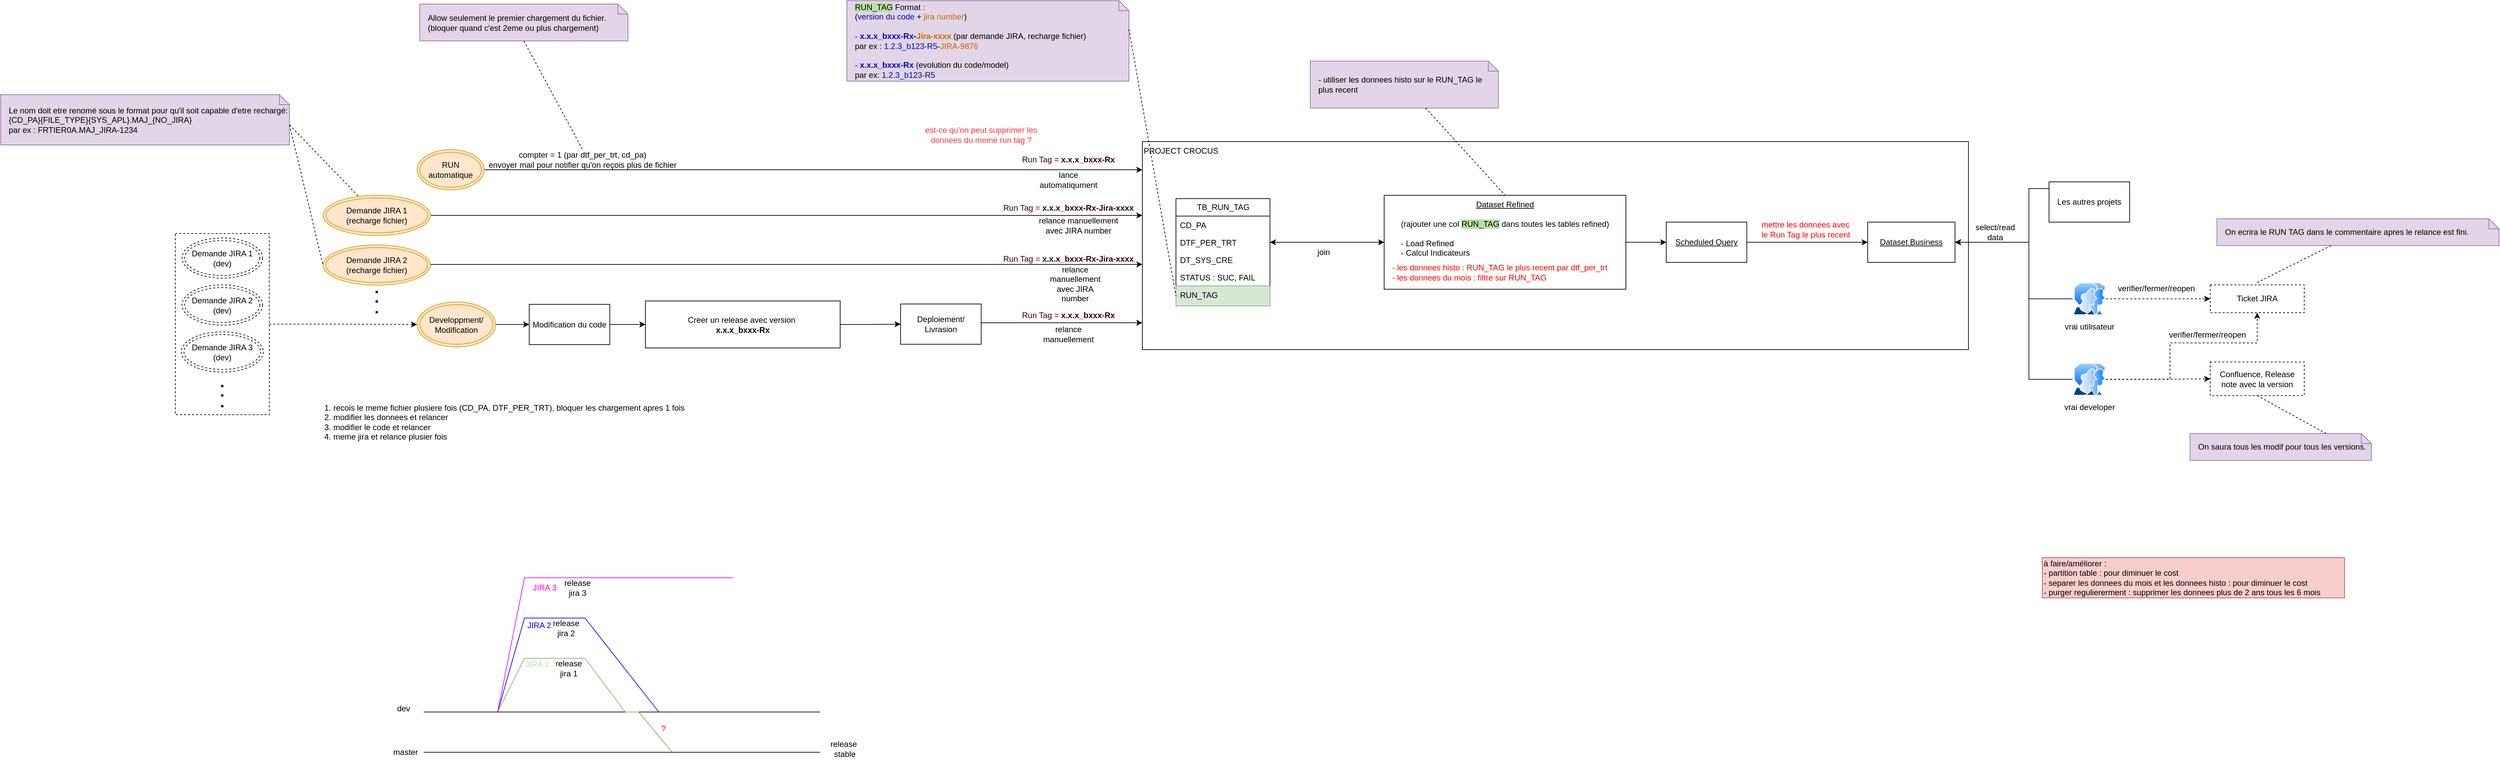
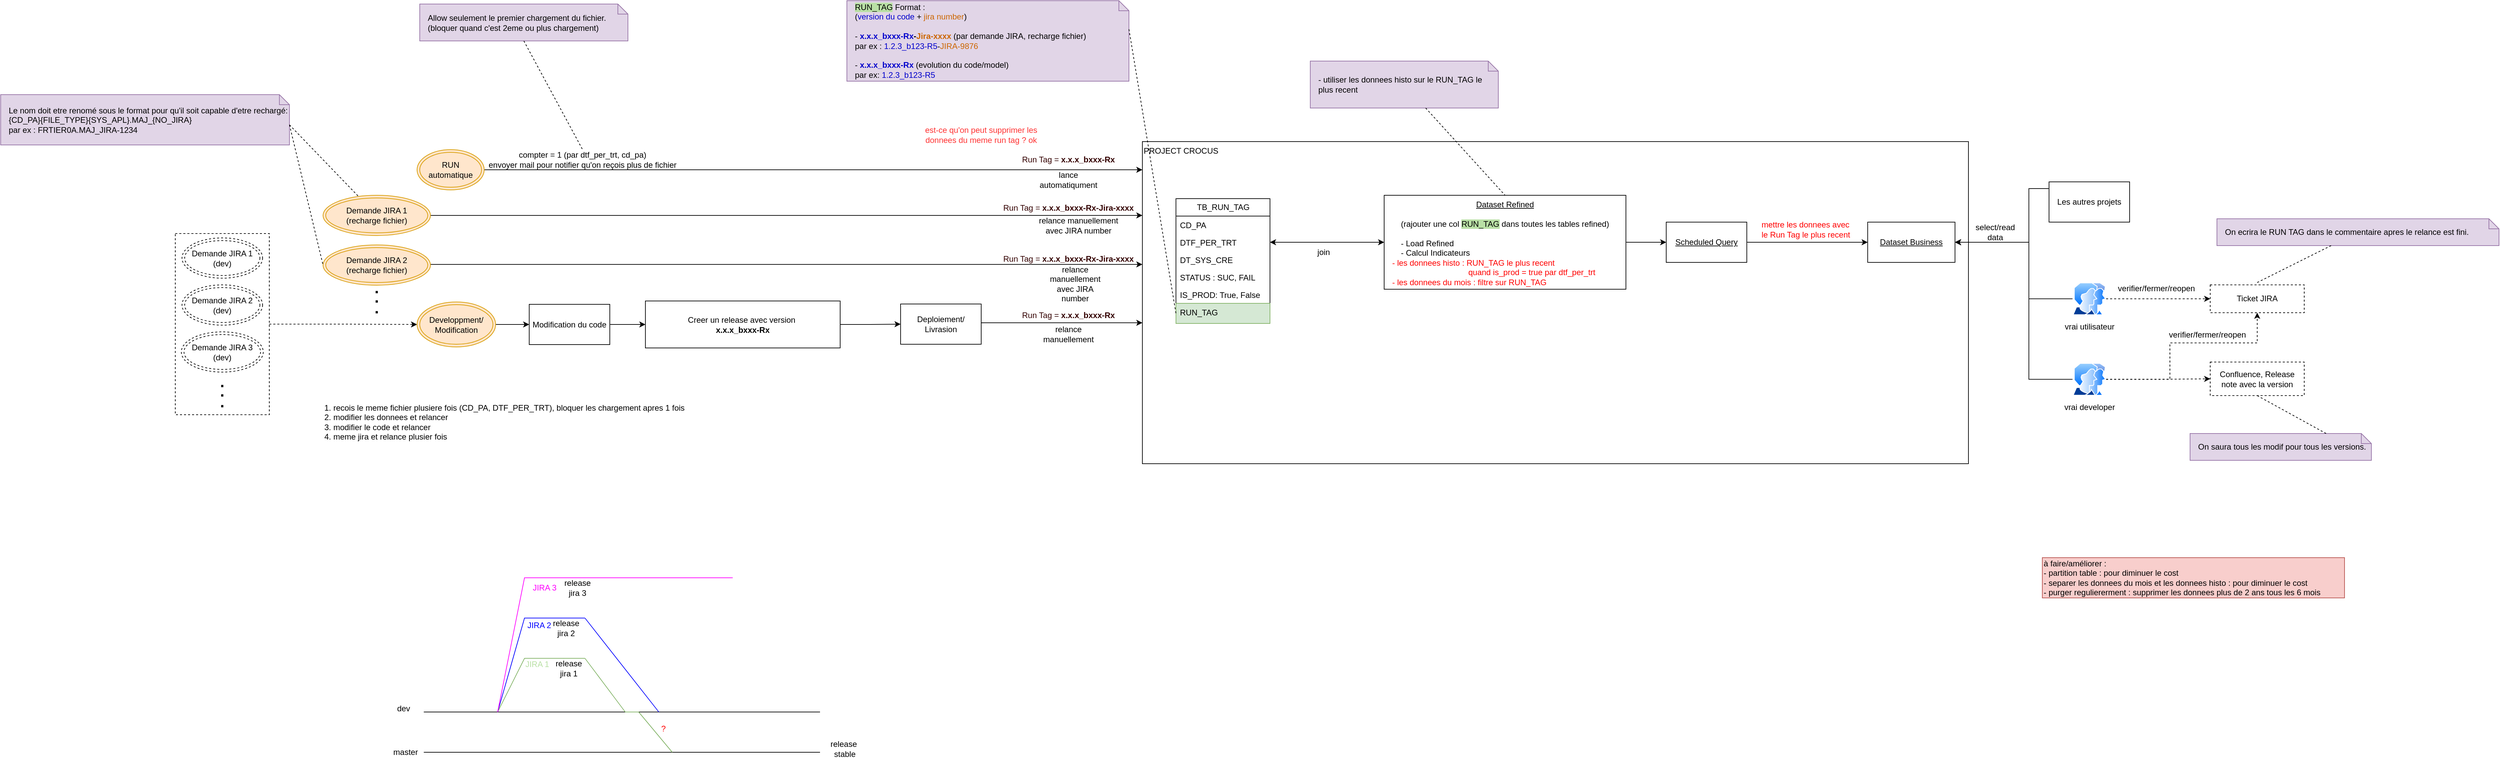
<mxfile host="app.diagrams.net">
  <diagram name="Page-1" id="bEAYSmEDHXBXhFzCy1HB">
    <mxGraphModel dx="3279" dy="1847" grid="1" gridSize="10" guides="1" tooltips="1" connect="1" arrows="1" fold="1" page="1" pageScale="1" pageWidth="827" pageHeight="1169" math="0" shadow="0">
      <root>
        <mxCell id="0" />
        <mxCell id="1" parent="0" />
        <mxCell id="cKu8MT6L8Fp_BZaxLZj7-22" edge="1" parent="1" source="cKu8MT6L8Fp_BZaxLZj7-16" style="edgeStyle=orthogonalEdgeStyle;rounded=0;orthogonalLoop=1;jettySize=auto;html=1;dashed=1;" target="QUzsFoNl6aFI_2ed8XXq-33">
          <mxGeometry relative="1" as="geometry">
            <Array as="points" />
            <mxPoint x="-937.4999999999995" y="382" as="sourcePoint" />
            <mxPoint x="-602.4999999999995" y="365" as="targetPoint" />
          </mxGeometry>
        </mxCell>
        <mxCell id="cKu8MT6L8Fp_BZaxLZj7-16" parent="1" style="rounded=0;whiteSpace=wrap;html=1;dashed=1;" value="" vertex="1">
          <mxGeometry height="270" width="140" x="-1070" y="247" as="geometry" />
        </mxCell>
        <mxCell id="QUzsFoNl6aFI_2ed8XXq-13" parent="1" style="rounded=0;whiteSpace=wrap;html=1;align=left;verticalAlign=top;" value="PROJECT CROCUS" vertex="1">
-           <mxGeometry height="310" width="1230" x="370" y="110" as="geometry" />
+           <mxGeometry height="480" width="1230" x="370" y="110" as="geometry" />
        </mxCell>
        <mxCell id="QUzsFoNl6aFI_2ed8XXq-1" parent="1" style="swimlane;fontStyle=0;childLayout=stackLayout;horizontal=1;startSize=26;fillColor=none;horizontalStack=0;resizeParent=1;resizeParentMax=0;resizeLast=0;collapsible=1;marginBottom=0;html=1;" value="TB_RUN_TAG" vertex="1">
-           <mxGeometry height="160" width="140" x="420" y="195" as="geometry" />
+           <mxGeometry height="186" width="140" x="420" y="195" as="geometry" />
        </mxCell>
        <mxCell id="QUzsFoNl6aFI_2ed8XXq-2" parent="QUzsFoNl6aFI_2ed8XXq-1" style="text;strokeColor=none;fillColor=none;align=left;verticalAlign=top;spacingLeft=4;spacingRight=4;overflow=hidden;rotatable=0;points=[[0,0.5],[1,0.5]];portConstraint=eastwest;whiteSpace=wrap;html=1;" value="CD_PA" vertex="1">
          <mxGeometry height="26" width="140" y="26" as="geometry" />
        </mxCell>
        <mxCell id="QUzsFoNl6aFI_2ed8XXq-3" parent="QUzsFoNl6aFI_2ed8XXq-1" style="text;strokeColor=none;fillColor=none;align=left;verticalAlign=top;spacingLeft=4;spacingRight=4;overflow=hidden;rotatable=0;points=[[0,0.5],[1,0.5]];portConstraint=eastwest;whiteSpace=wrap;html=1;" value="DTF_PER_TRT" vertex="1">
          <mxGeometry height="26" width="140" y="52" as="geometry" />
        </mxCell>
        <mxCell id="QUzsFoNl6aFI_2ed8XXq-4" parent="QUzsFoNl6aFI_2ed8XXq-1" style="text;strokeColor=none;fillColor=none;align=left;verticalAlign=top;spacingLeft=4;spacingRight=4;overflow=hidden;rotatable=0;points=[[0,0.5],[1,0.5]];portConstraint=eastwest;whiteSpace=wrap;html=1;" value="DT_SYS_CRE" vertex="1">
          <mxGeometry height="26" width="140" y="78" as="geometry" />
        </mxCell>
        <mxCell id="QUzsFoNl6aFI_2ed8XXq-105" parent="QUzsFoNl6aFI_2ed8XXq-1" style="text;strokeColor=none;fillColor=none;align=left;verticalAlign=top;spacingLeft=4;spacingRight=4;overflow=hidden;rotatable=0;points=[[0,0.5],[1,0.5]];portConstraint=eastwest;whiteSpace=wrap;html=1;" value="STATUS : SUC, FAIL" vertex="1">
          <mxGeometry height="26" width="140" y="104" as="geometry" />
        </mxCell>
+         <mxCell id="DOhsEIRQmGDwiVjTRz9E-7" parent="QUzsFoNl6aFI_2ed8XXq-1" style="text;strokeColor=none;fillColor=none;align=left;verticalAlign=top;spacingLeft=4;spacingRight=4;overflow=hidden;rotatable=0;points=[[0,0.5],[1,0.5]];portConstraint=eastwest;whiteSpace=wrap;html=1;" value="IS_PROD: True, False" vertex="1">
+           <mxGeometry height="26" width="140" y="130" as="geometry" />
+         </mxCell>
        <mxCell id="QUzsFoNl6aFI_2ed8XXq-5" parent="QUzsFoNl6aFI_2ed8XXq-1" style="text;strokeColor=#82b366;fillColor=#d5e8d4;align=left;verticalAlign=top;spacingLeft=4;spacingRight=4;overflow=hidden;rotatable=0;points=[[0,0.5],[1,0.5]];portConstraint=eastwest;whiteSpace=wrap;html=1;" value="RUN_TAG" vertex="1">
-           <mxGeometry height="30" width="140" y="130" as="geometry" />
+           <mxGeometry height="30" width="140" y="156" as="geometry" />
        </mxCell>
        <mxCell id="QUzsFoNl6aFI_2ed8XXq-7" parent="1" style="shape=note;size=15;align=left;spacingLeft=10;html=1;whiteSpace=wrap;fillColor=#e1d5e7;strokeColor=#9673a6;" value="&lt;span style=&quot;background-color: rgb(185, 224, 165);&quot;&gt;RUN_TAG&lt;/span&gt; Format :&amp;nbsp;&lt;div&gt;(&lt;font style=&quot;color: rgb(0, 0, 204);&quot;&gt;version du code&lt;/font&gt; +&lt;font style=&quot;color: rgb(204, 102, 0);&quot;&gt; &lt;font&gt;jira number&lt;/font&gt;&lt;/font&gt;)&lt;/div&gt;&lt;div&gt;&lt;br&gt;&lt;div&gt;- &lt;b&gt;&lt;font style=&quot;color: rgb(0, 0, 204);&quot;&gt;x.x.x_bxxx-Rx&lt;/font&gt;-&lt;font style=&quot;color: rgb(204, 102, 0);&quot;&gt;Jira-xxxx&lt;/font&gt;&lt;/b&gt; (par demande JIRA, recharge fichier)&amp;nbsp;&lt;/div&gt;&lt;div&gt;par ex : &lt;font style=&quot;color: rgb(0, 0, 204);&quot;&gt;1.2.3_b123-R5&lt;/font&gt;-&lt;font style=&quot;color: rgb(204, 102, 0);&quot;&gt;JIRA-9876&lt;/font&gt;&lt;/div&gt;&lt;div&gt;&lt;br&gt;&lt;/div&gt;&lt;div&gt;-&lt;b&gt; &lt;font style=&quot;color: rgb(0, 0, 204);&quot;&gt;x.x.x_bxxx-Rx&lt;/font&gt;&lt;/b&gt; (evolution du code/model)&lt;/div&gt;&lt;div&gt;&lt;span style=&quot;background-color: transparent; color: light-dark(rgb(0, 0, 0), rgb(255, 255, 255));&quot;&gt;par ex: &lt;/span&gt;&lt;span style=&quot;background-color: transparent;&quot;&gt;&lt;font style=&quot;color: light-dark(rgb(0, 0, 204), rgb(255, 255, 255));&quot;&gt;1.2.3_b123-R5&lt;/font&gt;&lt;/span&gt;&lt;/div&gt;&lt;/div&gt;" vertex="1">
          <mxGeometry height="120" width="420" x="-70" y="-100" as="geometry" />
        </mxCell>
        <mxCell id="QUzsFoNl6aFI_2ed8XXq-8" edge="1" parent="1" source="QUzsFoNl6aFI_2ed8XXq-7" style="edgeStyle=none;endArrow=none;exitX=0;exitY=0;dashed=1;html=1;rounded=0;entryX=0;entryY=0.5;entryDx=0;entryDy=0;exitDx=420;exitDy=42.5;exitPerimeter=0;" target="QUzsFoNl6aFI_2ed8XXq-5" value="">
          <mxGeometry relative="1" x="1" as="geometry">
            <mxPoint x="590" y="660" as="targetPoint" />
          </mxGeometry>
        </mxCell>
        <mxCell id="QUzsFoNl6aFI_2ed8XXq-10" parent="1" style="rounded=0;whiteSpace=wrap;html=1;dashed=1;" value="Confluence, Release note avec la v&lt;span style=&quot;background-color: transparent; color: light-dark(rgb(0, 0, 0), rgb(255, 255, 255));&quot;&gt;ersion&lt;/span&gt;" vertex="1">
          <mxGeometry height="50" width="140" x="1960" y="438.5" as="geometry" />
        </mxCell>
        <mxCell id="QUzsFoNl6aFI_2ed8XXq-11" parent="1" style="rounded=0;whiteSpace=wrap;html=1;dashed=1;" value="Ticket JIRA" vertex="1">
          <mxGeometry height="41.5" width="140" x="1960" y="323.5" as="geometry" />
        </mxCell>
        <mxCell id="QUzsFoNl6aFI_2ed8XXq-42" edge="1" parent="1" source="QUzsFoNl6aFI_2ed8XXq-12" style="edgeStyle=orthogonalEdgeStyle;rounded=0;orthogonalLoop=1;jettySize=auto;html=1;entryX=1;entryY=0.5;entryDx=0;entryDy=0;startArrow=classic;startFill=1;" target="QUzsFoNl6aFI_2ed8XXq-3">
          <mxGeometry relative="1" as="geometry" />
        </mxCell>
        <mxCell id="QUzsFoNl6aFI_2ed8XXq-50" edge="1" parent="1" source="QUzsFoNl6aFI_2ed8XXq-12" style="edgeStyle=orthogonalEdgeStyle;rounded=0;orthogonalLoop=1;jettySize=auto;html=1;" target="QUzsFoNl6aFI_2ed8XXq-46">
          <mxGeometry relative="1" as="geometry">
            <Array as="points" />
          </mxGeometry>
        </mxCell>
        <mxCell id="QUzsFoNl6aFI_2ed8XXq-12" parent="1" style="rounded=0;whiteSpace=wrap;html=1;verticalAlign=top;" value="&lt;u&gt;Dataset Refined&lt;/u&gt;&lt;div&gt;&lt;u&gt;&lt;br&gt;&lt;/u&gt;&lt;div&gt;(rajouter une col &lt;span style=&quot;background-color: rgb(185, 224, 165);&quot;&gt;RUN_TAG&lt;/span&gt;&lt;span&gt; &lt;/span&gt;dans toutes les tables refined)&lt;/div&gt;&lt;div&gt;&lt;br&gt;&lt;/div&gt;&lt;div style=&quot;text-align: left;&quot;&gt;- Load Refined&amp;nbsp; &amp;nbsp; &amp;nbsp; &amp;nbsp;&lt;/div&gt;&lt;div style=&quot;text-align: left;&quot;&gt;- Calcul Indicateurs&lt;/div&gt;&lt;/div&gt;" vertex="1">
          <mxGeometry height="140" width="360" x="730" y="190" as="geometry" />
        </mxCell>
        <mxCell id="QUzsFoNl6aFI_2ed8XXq-27" edge="1" parent="1" source="QUzsFoNl6aFI_2ed8XXq-33" style="edgeStyle=orthogonalEdgeStyle;rounded=0;orthogonalLoop=1;jettySize=auto;html=1;entryX=0;entryY=0.5;entryDx=0;entryDy=0;" target="QUzsFoNl6aFI_2ed8XXq-23">
          <mxGeometry relative="1" as="geometry">
            <mxPoint x="-740" y="198" as="sourcePoint" />
          </mxGeometry>
        </mxCell>
        <mxCell id="QUzsFoNl6aFI_2ed8XXq-19" parent="1" style="text;html=1;whiteSpace=wrap;strokeColor=none;fillColor=none;align=center;verticalAlign=middle;rounded=0;fontColor=#330000;" value="&lt;font style=&quot;&quot;&gt;Run Tag =&amp;nbsp;&lt;/font&gt;&lt;b style=&quot;text-align: left;&quot;&gt;x.x.x_bxxx-Rx-Jira-xxxx&lt;/b&gt;" vertex="1">
          <mxGeometry height="30" width="200" x="160" y="269.5" as="geometry" />
        </mxCell>
        <mxCell id="cKu8MT6L8Fp_BZaxLZj7-37" edge="1" parent="1" source="QUzsFoNl6aFI_2ed8XXq-23" style="edgeStyle=orthogonalEdgeStyle;rounded=0;orthogonalLoop=1;jettySize=auto;html=1;" target="QUzsFoNl6aFI_2ed8XXq-25">
          <mxGeometry relative="1" as="geometry" />
        </mxCell>
        <mxCell id="QUzsFoNl6aFI_2ed8XXq-23" parent="1" style="rounded=0;whiteSpace=wrap;html=1;" value="Modification du code" vertex="1">
          <mxGeometry height="60" width="120" x="-543" y="352.5" as="geometry" />
        </mxCell>
        <mxCell id="QUzsFoNl6aFI_2ed8XXq-31" edge="1" parent="1" source="QUzsFoNl6aFI_2ed8XXq-24" style="edgeStyle=orthogonalEdgeStyle;rounded=0;orthogonalLoop=1;jettySize=auto;html=1;" target="QUzsFoNl6aFI_2ed8XXq-13">
          <mxGeometry relative="1" as="geometry">
            <Array as="points">
              <mxPoint x="180" y="380" />
              <mxPoint x="180" y="380" />
            </Array>
            <mxPoint x="380" y="373" as="targetPoint" />
          </mxGeometry>
        </mxCell>
        <mxCell id="QUzsFoNl6aFI_2ed8XXq-24" parent="1" style="rounded=0;whiteSpace=wrap;html=1;" value="Deploiement/ Livrasion" vertex="1">
          <mxGeometry height="60" width="120" x="10" y="352" as="geometry" />
        </mxCell>
        <mxCell id="cKu8MT6L8Fp_BZaxLZj7-38" edge="1" parent="1" source="QUzsFoNl6aFI_2ed8XXq-25" style="edgeStyle=orthogonalEdgeStyle;rounded=0;orthogonalLoop=1;jettySize=auto;html=1;" target="QUzsFoNl6aFI_2ed8XXq-24">
          <mxGeometry relative="1" as="geometry" />
        </mxCell>
        <mxCell id="QUzsFoNl6aFI_2ed8XXq-25" parent="1" style="rounded=0;whiteSpace=wrap;html=1;" value="Creer un release avec version&amp;nbsp;&lt;div&gt;&lt;span style=&quot;text-align: left;&quot;&gt;&lt;b&gt;x.x.x_bxxx-Rx&lt;/b&gt;&lt;/span&gt;&lt;/div&gt;" vertex="1">
          <mxGeometry height="70" width="290" x="-370" y="347.5" as="geometry" />
        </mxCell>
        <mxCell id="QUzsFoNl6aFI_2ed8XXq-33" parent="1" style="ellipse;shape=doubleEllipse;whiteSpace=wrap;html=1;fillColor=#ffe6cc;strokeColor=#d79b00;" value="Developpment/&lt;div&gt;Modification&lt;/div&gt;" vertex="1">
          <mxGeometry height="67" width="117" x="-710" y="349" as="geometry" />
        </mxCell>
        <mxCell id="cKu8MT6L8Fp_BZaxLZj7-5" edge="1" parent="1" style="edgeStyle=orthogonalEdgeStyle;rounded=0;orthogonalLoop=1;jettySize=auto;html=1;">
          <mxGeometry relative="1" as="geometry">
            <Array as="points">
              <mxPoint x="110" y="293" />
              <mxPoint x="110" y="293" />
            </Array>
            <mxPoint x="-690.0000000000005" y="293" as="sourcePoint" />
            <mxPoint x="370" y="293" as="targetPoint" />
          </mxGeometry>
        </mxCell>
        <mxCell id="QUzsFoNl6aFI_2ed8XXq-34" parent="1" style="ellipse;shape=doubleEllipse;whiteSpace=wrap;html=1;fillColor=#ffe6cc;strokeColor=#d79b00;" value="Demande JIRA 2&lt;div&gt;(recharge fichier)&lt;/div&gt;" vertex="1">
          <mxGeometry height="60" width="160" x="-850" y="264" as="geometry" />
        </mxCell>
        <mxCell id="QUzsFoNl6aFI_2ed8XXq-36" edge="1" parent="1" source="QUzsFoNl6aFI_2ed8XXq-35" style="edgeStyle=orthogonalEdgeStyle;rounded=0;orthogonalLoop=1;jettySize=auto;html=1;" target="QUzsFoNl6aFI_2ed8XXq-13">
          <mxGeometry relative="1" as="geometry">
            <Array as="points">
              <mxPoint x="140" y="152" />
              <mxPoint x="140" y="152" />
            </Array>
            <mxPoint x="380" y="152.0588235294117" as="targetPoint" />
          </mxGeometry>
        </mxCell>
        <mxCell id="QUzsFoNl6aFI_2ed8XXq-35" parent="1" style="ellipse;shape=doubleEllipse;whiteSpace=wrap;html=1;fillColor=#ffe6cc;strokeColor=#d79b00;" value="RUN automatique" vertex="1">
          <mxGeometry height="60" width="100" x="-710" y="122" as="geometry" />
        </mxCell>
        <mxCell id="QUzsFoNl6aFI_2ed8XXq-40" parent="1" style="shape=note;size=15;align=left;spacingLeft=10;html=1;whiteSpace=wrap;fillColor=#e1d5e7;strokeColor=#9673a6;" value="&lt;div&gt;- utiliser les donnees histo sur le RUN_TAG le plus recent&lt;/div&gt;" vertex="1">
          <mxGeometry height="70" width="280" x="620" y="-10" as="geometry" />
        </mxCell>
        <mxCell id="QUzsFoNl6aFI_2ed8XXq-41" edge="1" parent="1" source="QUzsFoNl6aFI_2ed8XXq-40" style="edgeStyle=none;endArrow=none;dashed=1;html=1;rounded=0;entryX=0.5;entryY=0;entryDx=0;entryDy=0;" target="QUzsFoNl6aFI_2ed8XXq-12" value="">
          <mxGeometry relative="1" x="1" as="geometry">
            <mxPoint x="720" y="650" as="sourcePoint" />
            <mxPoint x="772" y="500" as="targetPoint" />
          </mxGeometry>
        </mxCell>
-         <mxCell id="QUzsFoNl6aFI_2ed8XXq-43" parent="1" style="text;html=1;whiteSpace=wrap;strokeColor=none;fillColor=none;align=left;verticalAlign=middle;rounded=0;" value="&lt;font style=&quot;color: rgb(255, 0, 0);&quot;&gt;- les donnees histo : RUN_TAG le plus recent par dtf_per_trt&lt;/font&gt;&lt;div&gt;&lt;font style=&quot;color: rgb(255, 0, 0);&quot;&gt;- les donnees du mois : f&lt;/font&gt;&lt;span style=&quot;color: light-dark(rgb(255, 0, 0), rgb(255, 144, 144)); background-color: transparent;&quot;&gt;iltre sur RUN_TAG&lt;/span&gt;&lt;/div&gt;" vertex="1">
+         <mxCell id="QUzsFoNl6aFI_2ed8XXq-43" parent="1" style="text;html=1;whiteSpace=wrap;strokeColor=none;fillColor=none;align=left;verticalAlign=middle;rounded=0;" value="&lt;font style=&quot;color: rgb(255, 0, 0);&quot;&gt;- les donnees histo : RUN_TAG le plus recent&amp;nbsp;&lt;/font&gt;&lt;div&gt;&lt;font style=&quot;color: rgb(255, 0, 0);&quot;&gt;&amp;nbsp; &amp;nbsp; &amp;nbsp; &amp;nbsp; &amp;nbsp; &amp;nbsp; &amp;nbsp; &amp;nbsp; &amp;nbsp; &amp;nbsp; &amp;nbsp; &amp;nbsp; &amp;nbsp; &amp;nbsp; &amp;nbsp; &amp;nbsp; &amp;nbsp; quand is_prod = true par dtf_per_trt&lt;/font&gt;&lt;div&gt;&lt;font style=&quot;color: rgb(255, 0, 0);&quot;&gt;- les donnees du mois : f&lt;/font&gt;&lt;span style=&quot;color: light-dark(rgb(255, 0, 0), rgb(255, 144, 144)); background-color: transparent;&quot;&gt;iltre sur RUN_TAG&lt;/span&gt;&lt;/div&gt;&lt;/div&gt;" vertex="1">
          <mxGeometry height="30" width="370" x="740" y="290" as="geometry" />
        </mxCell>
        <mxCell id="QUzsFoNl6aFI_2ed8XXq-45" parent="1" style="rounded=0;whiteSpace=wrap;html=1;" value="&lt;u&gt;Dataset Business&lt;/u&gt;" vertex="1">
          <mxGeometry height="60" width="130" x="1450" y="230" as="geometry" />
        </mxCell>
        <mxCell id="QUzsFoNl6aFI_2ed8XXq-48" edge="1" parent="1" source="QUzsFoNl6aFI_2ed8XXq-46" style="edgeStyle=orthogonalEdgeStyle;rounded=0;orthogonalLoop=1;jettySize=auto;html=1;" target="QUzsFoNl6aFI_2ed8XXq-45">
          <mxGeometry relative="1" as="geometry" />
        </mxCell>
        <mxCell id="QUzsFoNl6aFI_2ed8XXq-46" parent="1" style="rounded=0;whiteSpace=wrap;html=1;" value="&lt;u&gt;Scheduled Query&lt;/u&gt;" vertex="1">
          <mxGeometry height="60" width="120" x="1150" y="230" as="geometry" />
        </mxCell>
        <mxCell id="QUzsFoNl6aFI_2ed8XXq-51" parent="1" style="text;html=1;whiteSpace=wrap;strokeColor=none;fillColor=none;align=left;verticalAlign=middle;rounded=0;fontColor=#FF0000;" value="mettre les donnees avec le Run Tag le plus recent" vertex="1">
          <mxGeometry height="30" width="140" x="1290" y="226" as="geometry" />
        </mxCell>
        <mxCell id="QUzsFoNl6aFI_2ed8XXq-59" edge="1" parent="1" source="QUzsFoNl6aFI_2ed8XXq-52" style="edgeStyle=orthogonalEdgeStyle;rounded=0;orthogonalLoop=1;jettySize=auto;html=1;entryX=1;entryY=0.5;entryDx=0;entryDy=0;" target="QUzsFoNl6aFI_2ed8XXq-45">
          <mxGeometry relative="1" as="geometry">
            <Array as="points">
              <mxPoint x="1690" y="180" />
              <mxPoint x="1690" y="260" />
            </Array>
          </mxGeometry>
        </mxCell>
        <mxCell id="QUzsFoNl6aFI_2ed8XXq-52" parent="1" style="rounded=0;whiteSpace=wrap;html=1;" value="Les autres projets" vertex="1">
          <mxGeometry height="60" width="120" x="1720" y="170" as="geometry" />
        </mxCell>
        <mxCell id="QUzsFoNl6aFI_2ed8XXq-58" edge="1" parent="1" source="QUzsFoNl6aFI_2ed8XXq-57" style="edgeStyle=orthogonalEdgeStyle;rounded=0;orthogonalLoop=1;jettySize=auto;html=1;entryX=1;entryY=0.5;entryDx=0;entryDy=0;" target="QUzsFoNl6aFI_2ed8XXq-45">
          <mxGeometry relative="1" as="geometry">
            <Array as="points">
              <mxPoint x="1690" y="344" />
              <mxPoint x="1690" y="260" />
            </Array>
          </mxGeometry>
        </mxCell>
        <mxCell id="QUzsFoNl6aFI_2ed8XXq-65" edge="1" parent="1" source="QUzsFoNl6aFI_2ed8XXq-57" style="edgeStyle=orthogonalEdgeStyle;rounded=0;orthogonalLoop=1;jettySize=auto;html=1;dashed=1;" target="QUzsFoNl6aFI_2ed8XXq-11">
          <mxGeometry relative="1" as="geometry" />
        </mxCell>
        <mxCell id="QUzsFoNl6aFI_2ed8XXq-57" parent="1" style="image;aspect=fixed;perimeter=ellipsePerimeter;html=1;align=center;shadow=0;dashed=0;spacingTop=3;image=img/lib/active_directory/user_accounts.svg;" value="vrai utilisateur" vertex="1">
          <mxGeometry height="48.5" width="50" x="1755" y="320" as="geometry" />
        </mxCell>
        <mxCell id="QUzsFoNl6aFI_2ed8XXq-60" parent="1" style="text;html=1;whiteSpace=wrap;strokeColor=none;fillColor=none;align=center;verticalAlign=middle;rounded=0;" value="select/read data" vertex="1">
          <mxGeometry height="30" width="60" x="1610" y="230" as="geometry" />
        </mxCell>
        <mxCell id="QUzsFoNl6aFI_2ed8XXq-63" edge="1" parent="1" source="QUzsFoNl6aFI_2ed8XXq-62" style="edgeStyle=orthogonalEdgeStyle;rounded=0;orthogonalLoop=1;jettySize=auto;html=1;entryX=1;entryY=0.5;entryDx=0;entryDy=0;" target="QUzsFoNl6aFI_2ed8XXq-45">
          <mxGeometry relative="1" as="geometry">
            <Array as="points">
              <mxPoint x="1690" y="464" />
              <mxPoint x="1690" y="260" />
            </Array>
          </mxGeometry>
        </mxCell>
        <mxCell id="QUzsFoNl6aFI_2ed8XXq-66" edge="1" parent="1" source="QUzsFoNl6aFI_2ed8XXq-62" style="edgeStyle=orthogonalEdgeStyle;rounded=0;orthogonalLoop=1;jettySize=auto;html=1;dashed=1;" target="QUzsFoNl6aFI_2ed8XXq-10">
          <mxGeometry relative="1" as="geometry" />
        </mxCell>
        <mxCell id="QUzsFoNl6aFI_2ed8XXq-68" edge="1" parent="1" source="QUzsFoNl6aFI_2ed8XXq-62" style="edgeStyle=orthogonalEdgeStyle;rounded=0;orthogonalLoop=1;jettySize=auto;html=1;entryX=0.5;entryY=1;entryDx=0;entryDy=0;dashed=1;" target="QUzsFoNl6aFI_2ed8XXq-11">
          <mxGeometry relative="1" as="geometry">
            <Array as="points">
              <mxPoint x="1900" y="464" />
              <mxPoint x="1900" y="410" />
              <mxPoint x="2030" y="410" />
            </Array>
          </mxGeometry>
        </mxCell>
        <mxCell id="QUzsFoNl6aFI_2ed8XXq-62" parent="1" style="image;aspect=fixed;perimeter=ellipsePerimeter;html=1;align=center;shadow=0;dashed=0;spacingTop=3;image=img/lib/active_directory/user_accounts.svg;" value="vrai developer" vertex="1">
          <mxGeometry height="48.5" width="50" x="1755" y="440" as="geometry" />
        </mxCell>
        <mxCell id="QUzsFoNl6aFI_2ed8XXq-69" parent="1" style="shape=note;size=15;align=left;spacingLeft=10;html=1;whiteSpace=wrap;fillColor=#e1d5e7;strokeColor=#9673a6;" value="On ecrira le RUN TAG dans le commentaire apres le relance est fini." vertex="1">
          <mxGeometry height="40" width="420" x="1970" y="225" as="geometry" />
        </mxCell>
        <mxCell id="QUzsFoNl6aFI_2ed8XXq-70" edge="1" parent="1" source="QUzsFoNl6aFI_2ed8XXq-69" style="edgeStyle=none;endArrow=none;dashed=1;html=1;rounded=0;" value="">
          <mxGeometry relative="1" x="1" as="geometry">
            <mxPoint x="970" y="210" as="sourcePoint" />
            <mxPoint x="2030" y="320" as="targetPoint" />
          </mxGeometry>
        </mxCell>
        <mxCell id="QUzsFoNl6aFI_2ed8XXq-71" parent="1" style="shape=note;size=15;align=left;spacingLeft=10;html=1;whiteSpace=wrap;fillColor=#e1d5e7;strokeColor=#9673a6;" value="On saura tous les modif pour tous les versions." vertex="1">
          <mxGeometry height="40" width="270" x="1930" y="545" as="geometry" />
        </mxCell>
        <mxCell id="QUzsFoNl6aFI_2ed8XXq-72" edge="1" parent="1" source="QUzsFoNl6aFI_2ed8XXq-71" style="edgeStyle=none;endArrow=none;dashed=1;html=1;rounded=0;entryX=0.5;entryY=1;entryDx=0;entryDy=0;exitX=0;exitY=0;exitDx=202.5;exitDy=0;exitPerimeter=0;" target="QUzsFoNl6aFI_2ed8XXq-10" value="">
          <mxGeometry relative="1" x="1" as="geometry">
            <mxPoint x="2180" y="470" as="sourcePoint" />
            <mxPoint x="2070" y="525" as="targetPoint" />
          </mxGeometry>
        </mxCell>
        <mxCell id="QUzsFoNl6aFI_2ed8XXq-74" parent="1" style="rounded=0;whiteSpace=wrap;html=1;align=left;fillColor=#f8cecc;strokeColor=#b85450;" value="à faire/améliorer :&lt;div&gt;- partition table : pour diminuer le cost&lt;/div&gt;&lt;div&gt;- separer les donnees du mois et les donnees histo&amp;nbsp;&lt;span style=&quot;background-color: transparent; color: light-dark(rgb(0, 0, 0), rgb(255, 255, 255));&quot;&gt;: pour diminuer le cost&lt;/span&gt;&lt;/div&gt;&lt;div&gt;&lt;span style=&quot;background-color: transparent; color: light-dark(rgb(0, 0, 0), rgb(255, 255, 255));&quot;&gt;- purger reguliererment : supprimer les donnees plus de 2 ans tous les 6 mois&lt;/span&gt;&lt;/div&gt;" vertex="1">
          <mxGeometry height="60" width="450" x="1710" y="730" as="geometry" />
        </mxCell>
        <mxCell id="QUzsFoNl6aFI_2ed8XXq-76" parent="1" style="text;html=1;whiteSpace=wrap;strokeColor=none;fillColor=none;align=center;verticalAlign=middle;rounded=0;" value="join" vertex="1">
          <mxGeometry height="30" width="60" x="610" y="260" as="geometry" />
        </mxCell>
        <mxCell id="QUzsFoNl6aFI_2ed8XXq-81" edge="1" parent="1" style="endArrow=none;html=1;rounded=0;" value="">
          <mxGeometry height="50" relative="1" width="50" as="geometry">
            <mxPoint x="-700" y="960" as="sourcePoint" />
            <mxPoint x="-110" y="960" as="targetPoint" />
          </mxGeometry>
        </mxCell>
        <mxCell id="QUzsFoNl6aFI_2ed8XXq-83" edge="1" parent="1" style="endArrow=none;html=1;rounded=0;fillColor=#d5e8d4;strokeColor=#82b366;" value="">
          <mxGeometry height="50" relative="1" width="50" as="geometry">
            <Array as="points">
              <mxPoint x="-550" y="880" />
            </Array>
            <mxPoint x="-590" y="960" as="sourcePoint" />
            <mxPoint x="-460" y="880" as="targetPoint" />
          </mxGeometry>
        </mxCell>
        <mxCell id="QUzsFoNl6aFI_2ed8XXq-84" parent="1" style="text;html=1;whiteSpace=wrap;strokeColor=none;fillColor=none;align=center;verticalAlign=middle;rounded=0;" value="dev" vertex="1">
          <mxGeometry height="30" width="60" x="-760" y="940" as="geometry" />
        </mxCell>
        <mxCell id="QUzsFoNl6aFI_2ed8XXq-85" edge="1" parent="1" style="endArrow=none;html=1;rounded=0;strokeColor=#0000FF;" value="">
          <mxGeometry height="50" relative="1" width="50" as="geometry">
            <Array as="points">
              <mxPoint x="-550" y="820" />
            </Array>
            <mxPoint x="-590" y="960" as="sourcePoint" />
            <mxPoint x="-460" y="820" as="targetPoint" />
          </mxGeometry>
        </mxCell>
        <mxCell id="QUzsFoNl6aFI_2ed8XXq-86" edge="1" parent="1" style="endArrow=none;html=1;rounded=0;strokeColor=#FF00FF;" value="">
          <mxGeometry height="50" relative="1" width="50" as="geometry">
            <Array as="points">
              <mxPoint x="-550" y="760" />
            </Array>
            <mxPoint x="-590" y="960" as="sourcePoint" />
            <mxPoint x="-240" y="760" as="targetPoint" />
          </mxGeometry>
        </mxCell>
        <mxCell id="QUzsFoNl6aFI_2ed8XXq-87" parent="1" style="text;html=1;whiteSpace=wrap;strokeColor=none;fillColor=none;align=center;verticalAlign=middle;rounded=0;fontColor=#B9E0A5;" value="JIRA 1" vertex="1">
          <mxGeometry height="30" width="60" x="-561" y="874" as="geometry" />
        </mxCell>
        <mxCell id="QUzsFoNl6aFI_2ed8XXq-88" parent="1" style="text;html=1;whiteSpace=wrap;strokeColor=none;fillColor=none;align=center;verticalAlign=middle;rounded=0;fontColor=#0000FF;" value="JIRA 2" vertex="1">
          <mxGeometry height="30" width="60" x="-558" y="816" as="geometry" />
        </mxCell>
        <mxCell id="QUzsFoNl6aFI_2ed8XXq-89" parent="1" style="text;html=1;whiteSpace=wrap;strokeColor=none;fillColor=none;align=center;verticalAlign=middle;rounded=0;fontColor=#FF00FF;" value="JIRA 3" vertex="1">
          <mxGeometry height="30" width="60" x="-550" y="760" as="geometry" />
        </mxCell>
        <mxCell id="QUzsFoNl6aFI_2ed8XXq-90" edge="1" parent="1" style="endArrow=none;html=1;rounded=0;" value="">
          <mxGeometry height="50" relative="1" width="50" as="geometry">
            <mxPoint x="-700" y="1020" as="sourcePoint" />
            <mxPoint x="-110" y="1020" as="targetPoint" />
          </mxGeometry>
        </mxCell>
        <mxCell id="QUzsFoNl6aFI_2ed8XXq-91" parent="1" style="text;html=1;whiteSpace=wrap;strokeColor=none;fillColor=none;align=center;verticalAlign=middle;rounded=0;" value="master" vertex="1">
          <mxGeometry height="30" width="60" x="-757" y="1005" as="geometry" />
        </mxCell>
        <mxCell id="QUzsFoNl6aFI_2ed8XXq-92" edge="1" parent="1" style="endArrow=none;html=1;rounded=0;fillColor=#d5e8d4;strokeColor=#82b366;" value="">
          <mxGeometry height="50" relative="1" width="50" as="geometry">
            <mxPoint x="-460" y="880" as="sourcePoint" />
            <mxPoint x="-400" y="960" as="targetPoint" />
          </mxGeometry>
        </mxCell>
        <mxCell id="QUzsFoNl6aFI_2ed8XXq-94" edge="1" parent="1" style="endArrow=none;html=1;rounded=0;strokeColor=#0000FF;" value="">
          <mxGeometry height="50" relative="1" width="50" as="geometry">
            <mxPoint x="-460" y="820" as="sourcePoint" />
            <mxPoint x="-350" y="960" as="targetPoint" />
          </mxGeometry>
        </mxCell>
        <mxCell id="QUzsFoNl6aFI_2ed8XXq-95" edge="1" parent="1" style="endArrow=none;html=1;rounded=0;fillColor=#d5e8d4;strokeColor=#82b366;" value="">
          <mxGeometry height="50" relative="1" width="50" as="geometry">
            <mxPoint x="-380" y="960" as="sourcePoint" />
            <mxPoint x="-330" y="1020" as="targetPoint" />
          </mxGeometry>
        </mxCell>
        <mxCell id="QUzsFoNl6aFI_2ed8XXq-96" edge="1" parent="1" style="endArrow=none;html=1;rounded=0;fillColor=#d5e8d4;strokeColor=#82b366;" value="">
          <mxGeometry height="50" relative="1" width="50" as="geometry">
            <mxPoint x="-400" y="960" as="sourcePoint" />
            <mxPoint x="-380" y="960" as="targetPoint" />
          </mxGeometry>
        </mxCell>
        <mxCell id="QUzsFoNl6aFI_2ed8XXq-98" parent="1" style="text;html=1;whiteSpace=wrap;strokeColor=none;fillColor=none;align=center;verticalAlign=middle;rounded=0;" value="release jira 2" vertex="1">
          <mxGeometry height="30" width="60" x="-518" y="820" as="geometry" />
        </mxCell>
        <mxCell id="QUzsFoNl6aFI_2ed8XXq-99" parent="1" style="text;html=1;whiteSpace=wrap;strokeColor=none;fillColor=none;align=center;verticalAlign=middle;rounded=0;" value="release jira 1" vertex="1">
          <mxGeometry height="30" width="60" x="-514" y="880" as="geometry" />
        </mxCell>
        <mxCell id="QUzsFoNl6aFI_2ed8XXq-100" parent="1" style="text;html=1;whiteSpace=wrap;strokeColor=none;fillColor=none;align=center;verticalAlign=middle;rounded=0;" value="release jira 3" vertex="1">
          <mxGeometry height="30" width="60" x="-501" y="760" as="geometry" />
        </mxCell>
        <mxCell id="QUzsFoNl6aFI_2ed8XXq-101" parent="1" style="text;html=1;whiteSpace=wrap;strokeColor=none;fillColor=none;align=center;verticalAlign=middle;rounded=0;" value="release&amp;nbsp; stable" vertex="1">
          <mxGeometry height="30" width="60" x="-103" y="1000" as="geometry" />
        </mxCell>
        <mxCell id="QUzsFoNl6aFI_2ed8XXq-103" parent="1" style="text;html=1;whiteSpace=wrap;strokeColor=none;fillColor=none;align=center;verticalAlign=middle;rounded=0;fontColor=#FF0000;" value="?" vertex="1">
          <mxGeometry height="30" width="60" x="-373" y="970" as="geometry" />
        </mxCell>
        <mxCell id="QUzsFoNl6aFI_2ed8XXq-104" parent="1" style="text;html=1;whiteSpace=wrap;strokeColor=none;fillColor=none;align=center;verticalAlign=middle;rounded=0;" value="compter = 1 (par dtf_per_trt, cd_pa)&lt;div&gt;envoyer mail pour notifier qu&#39;on reçois plus de fichier&lt;/div&gt;" vertex="1">
          <mxGeometry height="30" width="293" x="-610" y="122" as="geometry" />
        </mxCell>
        <mxCell id="QUzsFoNl6aFI_2ed8XXq-106" parent="1" style="text;html=1;whiteSpace=wrap;strokeColor=none;fillColor=none;align=left;verticalAlign=middle;rounded=0;" value="1. recois le meme fichier plusiere fois (CD_PA, DTF_PER_TRT), bloquer les chargement apres 1 fois&lt;div&gt;2. modifier les donnees et relancer&lt;/div&gt;&lt;div&gt;3. modifier le code et relancer&lt;/div&gt;&lt;div&gt;4.&amp;nbsp;&lt;span style=&quot;text-align: center; background-color: transparent; color: light-dark(rgb(0, 0, 0), rgb(255, 255, 255));&quot;&gt;meme jira et relance plusier fois&lt;/span&gt;&lt;/div&gt;" vertex="1">
          <mxGeometry height="30" width="600" x="-850" y="513.25" as="geometry" />
        </mxCell>
        <mxCell id="cKu8MT6L8Fp_BZaxLZj7-1" parent="1" style="shape=note;size=15;align=left;spacingLeft=10;html=1;whiteSpace=wrap;fillColor=#e1d5e7;strokeColor=#9673a6;labelBackgroundColor=none;" value="&lt;span style=&quot;&quot;&gt;Allow seulement le premier chargement du fichier.&lt;br&gt;(bloquer quand c&#39;est 2eme ou plus chargement)&lt;/span&gt;" vertex="1">
          <mxGeometry height="55" width="310" x="-706" y="-95" as="geometry" />
        </mxCell>
        <mxCell id="cKu8MT6L8Fp_BZaxLZj7-2" edge="1" parent="1" source="cKu8MT6L8Fp_BZaxLZj7-1" style="edgeStyle=none;endArrow=none;exitX=0.5;exitY=1;dashed=1;html=1;rounded=0;entryX=0.5;entryY=0;entryDx=0;entryDy=0;exitDx=0;exitDy=0;exitPerimeter=0;" target="QUzsFoNl6aFI_2ed8XXq-104" value="">
          <mxGeometry relative="1" x="1" as="geometry">
            <mxPoint x="590" y="300" as="sourcePoint" />
            <mxPoint x="680" y="507" as="targetPoint" />
          </mxGeometry>
        </mxCell>
        <mxCell id="cKu8MT6L8Fp_BZaxLZj7-3" parent="1" style="ellipse;shape=doubleEllipse;whiteSpace=wrap;html=1;dashed=1;" value="Demande JIRA 1&lt;div&gt;(dev)&lt;/div&gt;" vertex="1">
          <mxGeometry height="60" width="120" x="-1060" y="253.5" as="geometry" />
        </mxCell>
        <mxCell id="cKu8MT6L8Fp_BZaxLZj7-7" parent="1" style="text;html=1;whiteSpace=wrap;strokeColor=none;fillColor=none;align=center;verticalAlign=middle;rounded=0;fontColor=#330000;" value="&lt;font style=&quot;&quot;&gt;Run Tag =&amp;nbsp;&lt;b style=&quot;text-align: left;&quot;&gt;x.x.x_bxxx-Rx&lt;/b&gt;&lt;/font&gt;" vertex="1">
          <mxGeometry height="30" width="200" x="160" y="122" as="geometry" />
        </mxCell>
        <mxCell id="cKu8MT6L8Fp_BZaxLZj7-11" parent="1" style="shape=note;size=15;align=left;spacingLeft=10;html=1;whiteSpace=wrap;fillColor=#e1d5e7;strokeColor=#9673a6;labelBackgroundColor=none;" value="&lt;span style=&quot;&quot;&gt;Le nom doit etre renomé sous le format pour qu&#39;il soit capable d&#39;etre rechargé:&lt;br&gt;{CD_PA}{FILE_TYPE}{SYS_APL}.MAJ_{NO_JIRA}&lt;/span&gt;&lt;div&gt;&lt;span style=&quot;&quot;&gt;par ex : FRTIER0A.MAJ_JIRA-1234&lt;/span&gt;&lt;/div&gt;" vertex="1">
          <mxGeometry height="75" width="430" x="-1330" y="40" as="geometry" />
        </mxCell>
        <mxCell id="cKu8MT6L8Fp_BZaxLZj7-14" parent="1" style="ellipse;shape=doubleEllipse;whiteSpace=wrap;html=1;dashed=1;" value="Demande JIRA 2&lt;div&gt;(dev)&lt;/div&gt;" vertex="1">
          <mxGeometry height="60" width="120" x="-1060" y="323.5" as="geometry" />
        </mxCell>
        <mxCell id="cKu8MT6L8Fp_BZaxLZj7-15" parent="1" style="ellipse;shape=doubleEllipse;whiteSpace=wrap;html=1;dashed=1;" value="Demande JIRA 3&lt;div&gt;(dev)&lt;/div&gt;" vertex="1">
          <mxGeometry height="60" width="122" x="-1061" y="393.5" as="geometry" />
        </mxCell>
        <mxCell id="cKu8MT6L8Fp_BZaxLZj7-19" parent="1" style="text;html=1;whiteSpace=wrap;strokeColor=none;fillColor=none;align=center;verticalAlign=middle;rounded=0;fontSize=23;fontStyle=1" value="." vertex="1">
          <mxGeometry height="30" width="60" x="-1030" y="453.25" as="geometry" />
        </mxCell>
        <mxCell id="cKu8MT6L8Fp_BZaxLZj7-20" parent="1" style="text;html=1;whiteSpace=wrap;strokeColor=none;fillColor=none;align=center;verticalAlign=middle;rounded=0;fontSize=23;fontStyle=1" value="." vertex="1">
          <mxGeometry height="30" width="60" x="-1030" y="467" as="geometry" />
        </mxCell>
        <mxCell id="cKu8MT6L8Fp_BZaxLZj7-21" parent="1" style="text;html=1;whiteSpace=wrap;strokeColor=none;fillColor=none;align=center;verticalAlign=middle;rounded=0;fontSize=23;fontStyle=1" value="." vertex="1">
          <mxGeometry height="30" width="60" x="-1030" y="483.25" as="geometry" />
        </mxCell>
        <mxCell id="cKu8MT6L8Fp_BZaxLZj7-24" edge="1" parent="1" source="cKu8MT6L8Fp_BZaxLZj7-23" style="edgeStyle=orthogonalEdgeStyle;rounded=0;orthogonalLoop=1;jettySize=auto;html=1;" target="QUzsFoNl6aFI_2ed8XXq-13">
          <mxGeometry relative="1" as="geometry">
            <Array as="points">
              <mxPoint x="120" y="220" />
              <mxPoint x="120" y="220" />
            </Array>
          </mxGeometry>
        </mxCell>
        <mxCell id="cKu8MT6L8Fp_BZaxLZj7-23" parent="1" style="ellipse;shape=doubleEllipse;whiteSpace=wrap;html=1;fillColor=#ffe6cc;strokeColor=#d79b00;" value="Demande JIRA 1&lt;div&gt;(recharge fichier)&lt;/div&gt;" vertex="1">
          <mxGeometry height="60" width="160" x="-850" y="190" as="geometry" />
        </mxCell>
        <mxCell id="cKu8MT6L8Fp_BZaxLZj7-25" edge="1" parent="1" source="cKu8MT6L8Fp_BZaxLZj7-11" style="edgeStyle=none;endArrow=none;exitX=0;exitY=0;dashed=1;html=1;rounded=0;exitDx=430;exitDy=45;exitPerimeter=0;" target="cKu8MT6L8Fp_BZaxLZj7-23" value="">
          <mxGeometry relative="1" x="1" as="geometry">
            <mxPoint x="-520" y="10" as="sourcePoint" />
            <mxPoint x="-490" y="150" as="targetPoint" />
          </mxGeometry>
        </mxCell>
        <mxCell id="cKu8MT6L8Fp_BZaxLZj7-26" edge="1" parent="1" source="cKu8MT6L8Fp_BZaxLZj7-11" style="edgeStyle=none;endArrow=none;exitX=0;exitY=0;dashed=1;html=1;rounded=0;exitDx=430;exitDy=45;exitPerimeter=0;entryX=0;entryY=0.5;entryDx=0;entryDy=0;" target="QUzsFoNl6aFI_2ed8XXq-34" value="">
          <mxGeometry relative="1" x="1" as="geometry">
            <mxPoint x="-900" y="200" as="sourcePoint" />
            <mxPoint x="-801" y="244" as="targetPoint" />
          </mxGeometry>
        </mxCell>
        <mxCell id="cKu8MT6L8Fp_BZaxLZj7-27" parent="1" style="text;html=1;whiteSpace=wrap;strokeColor=none;fillColor=none;align=center;verticalAlign=middle;rounded=0;fontSize=23;fontStyle=1" value="." vertex="1">
          <mxGeometry height="30" width="60" x="-800" y="313" as="geometry" />
        </mxCell>
        <mxCell id="cKu8MT6L8Fp_BZaxLZj7-28" parent="1" style="text;html=1;whiteSpace=wrap;strokeColor=none;fillColor=none;align=center;verticalAlign=middle;rounded=0;fontSize=23;fontStyle=1" value="." vertex="1">
          <mxGeometry height="30" width="60" x="-800" y="343" as="geometry" />
        </mxCell>
        <mxCell id="cKu8MT6L8Fp_BZaxLZj7-29" parent="1" style="text;html=1;whiteSpace=wrap;strokeColor=none;fillColor=none;align=center;verticalAlign=middle;rounded=0;fontSize=23;fontStyle=1" value="." vertex="1">
          <mxGeometry height="30" width="60" x="-800" y="326.5" as="geometry" />
        </mxCell>
        <mxCell id="cKu8MT6L8Fp_BZaxLZj7-31" parent="1" style="text;html=1;whiteSpace=wrap;strokeColor=none;fillColor=none;align=center;verticalAlign=middle;rounded=0;fontColor=#330000;" value="&lt;font style=&quot;&quot;&gt;Run Tag =&amp;nbsp;&lt;/font&gt;&lt;b style=&quot;text-align: left;&quot;&gt;x.x.x_bxxx-Rx-Jira-xxxx&lt;/b&gt;" vertex="1">
          <mxGeometry height="30" width="200" x="160" y="194" as="geometry" />
        </mxCell>
        <mxCell id="cKu8MT6L8Fp_BZaxLZj7-33" parent="1" style="text;html=1;whiteSpace=wrap;strokeColor=none;fillColor=none;align=center;verticalAlign=middle;rounded=0;fontColor=#330000;" value="&lt;font style=&quot;&quot;&gt;Run Tag =&amp;nbsp;&lt;b style=&quot;text-align: left;&quot;&gt;x.x.x_bxxx-Rx&lt;/b&gt;&lt;/font&gt;" vertex="1">
          <mxGeometry height="30" width="200" x="160" y="353.5" as="geometry" />
        </mxCell>
        <mxCell id="cKu8MT6L8Fp_BZaxLZj7-39" parent="1" style="text;html=1;whiteSpace=wrap;strokeColor=none;fillColor=none;align=center;verticalAlign=middle;rounded=0;" value="verifier/fermer/reopen" vertex="1">
          <mxGeometry height="30" width="60" x="1850" y="313.5" as="geometry" />
        </mxCell>
        <mxCell id="cKu8MT6L8Fp_BZaxLZj7-40" parent="1" style="text;html=1;whiteSpace=wrap;strokeColor=none;fillColor=none;align=center;verticalAlign=middle;rounded=0;" value="verifier/fermer/reopen" vertex="1">
          <mxGeometry height="30" width="60" x="1926" y="382.5" as="geometry" />
        </mxCell>
-         <mxCell id="cKu8MT6L8Fp_BZaxLZj7-43" parent="1" style="text;html=1;whiteSpace=wrap;strokeColor=none;fillColor=none;align=center;verticalAlign=middle;rounded=0;fontColor=#FF3333;" value="est-ce qu&#39;on peut supprimer les donnees du meme run tag ?" vertex="1">
+         <mxCell id="cKu8MT6L8Fp_BZaxLZj7-43" parent="1" style="text;html=1;whiteSpace=wrap;strokeColor=none;fillColor=none;align=center;verticalAlign=middle;rounded=0;fontColor=#FF3333;" value="est-ce qu&#39;on peut supprimer les donnees du meme run tag ? ok" vertex="1">
          <mxGeometry height="30" width="200" x="30" y="85" as="geometry" />
        </mxCell>
        <mxCell id="joy4J5Q9jbU-j6AZ98Qk-1" parent="1" style="text;html=1;whiteSpace=wrap;strokeColor=none;fillColor=none;align=center;verticalAlign=middle;rounded=0;" value="relance manuellement&lt;div&gt;avec JIRA number&lt;/div&gt;" vertex="1">
          <mxGeometry height="30" width="60" x="240" y="307" as="geometry" />
        </mxCell>
        <mxCell id="joy4J5Q9jbU-j6AZ98Qk-2" parent="1" style="text;html=1;whiteSpace=wrap;strokeColor=none;fillColor=none;align=center;verticalAlign=middle;rounded=0;" value="relance manuellement&lt;div&gt;avec JIRA number&lt;/div&gt;" vertex="1">
          <mxGeometry height="30" width="150" x="200" y="220" as="geometry" />
        </mxCell>
        <mxCell id="joy4J5Q9jbU-j6AZ98Qk-3" parent="1" style="text;html=1;whiteSpace=wrap;strokeColor=none;fillColor=none;align=center;verticalAlign=middle;rounded=0;" value="relance manuellement" vertex="1">
          <mxGeometry height="30" width="60" x="230" y="382" as="geometry" />
        </mxCell>
        <mxCell id="joy4J5Q9jbU-j6AZ98Qk-4" parent="1" style="text;html=1;whiteSpace=wrap;strokeColor=none;fillColor=none;align=center;verticalAlign=middle;rounded=0;" value="lance automatiqument" vertex="1">
          <mxGeometry height="30" width="60" x="230" y="152" as="geometry" />
        </mxCell>
      </root>
    </mxGraphModel>
  </diagram>
</mxfile>
